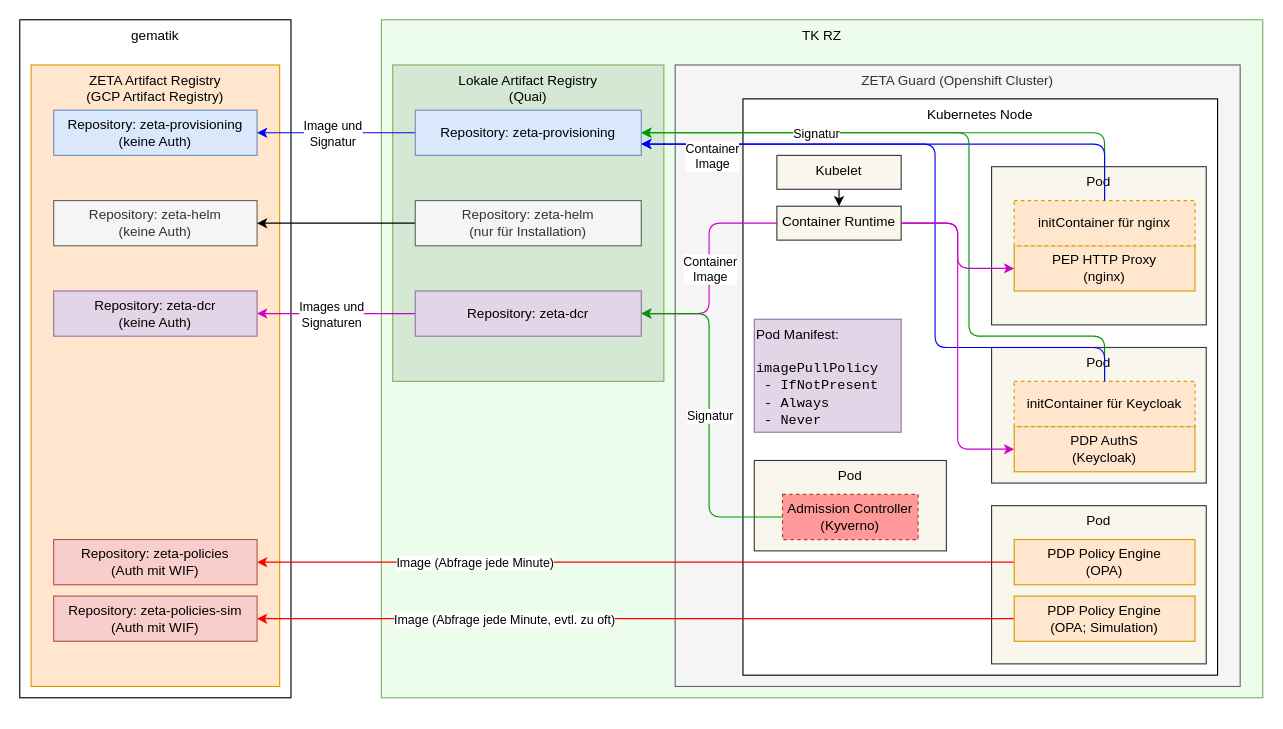
Before: src/drawio/tmp/ZETA-Guard-Deployment-of-Container-Images.drawio in gematik/zeta, a draw.io diagram. Source tidied: cells renumbered, new cells numbered last; positions are measured from the earlier drawing's top-left corner, leaving out a move shared by most shapes. Both pictures are drawn from the tidied source at 113%, with x=0, y=0 at pixel (19, 19).
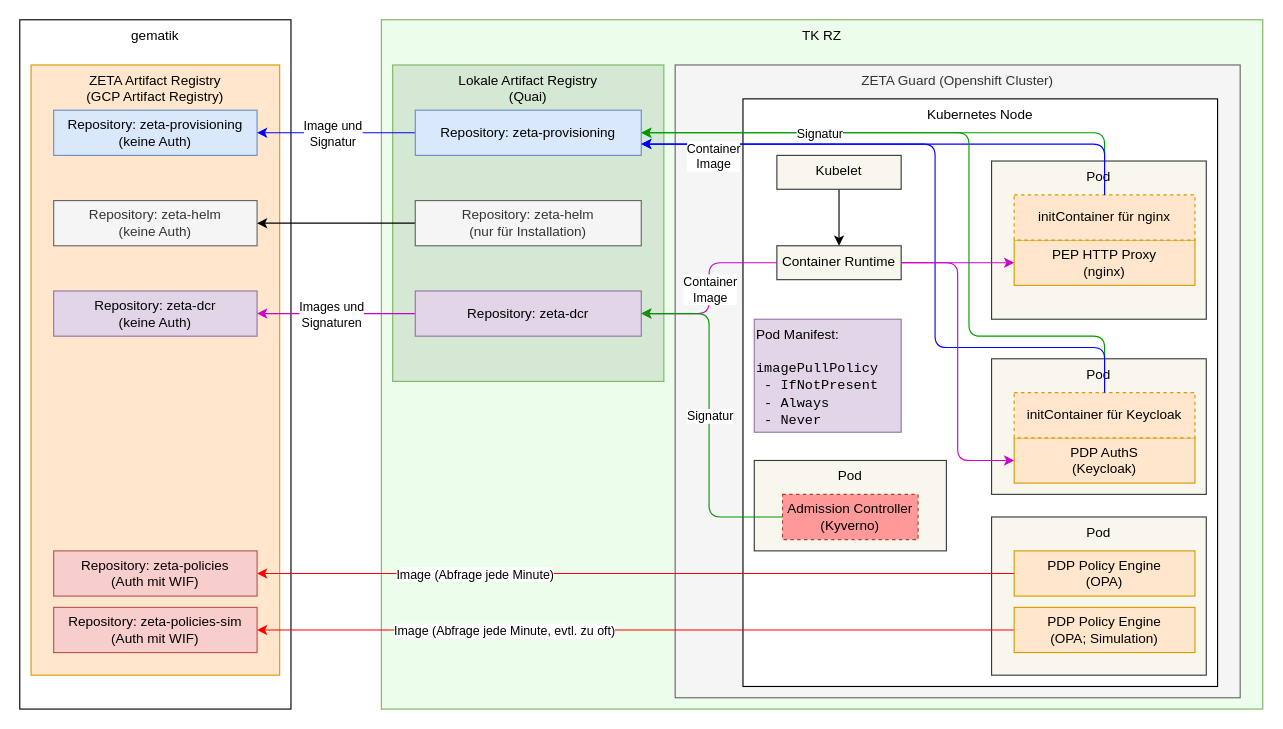
After the change.

Commit message:
refactor: update layout coordinates and dimensions in ZETA Guard deployment diagram

The change refers to these unchanged cells:
```xml
<mxCell id="39" value="&lt;div&gt;Repository: zeta-dcr&lt;/div&gt;" style="rounded=0;whiteSpace=wrap;html=1;fillColor=#e1d5e7;strokeColor=#9673a6;" parent="1" vertex="1">
  <mxGeometry x="350" y="240" width="200" height="40" as="geometry" />
</mxCell>
<mxCell id="40" value="&lt;div&gt;Repository: zeta-provisioning&lt;/div&gt;" style="rounded=0;whiteSpace=wrap;html=1;fillColor=#dae8fc;strokeColor=#6c8ebf;" parent="1" vertex="1">
  <mxGeometry x="350" y="80" width="200" height="40" as="geometry" />
</mxCell>
```

The edit, as a diff of the source:
```diff
@@
     <mxCell id="2" value="TK RZ" style="rounded=0;whiteSpace=wrap;html=1;fillColor=#edfdec;strokeColor=#82b366;align=center;verticalAlign=top;" parent="1" vertex="1">
-      <mxGeometry x="320" width="780" height="600" as="geometry" />
+      <mxGeometry x="320" width="780" height="610" as="geometry" />
     </mxCell>
     <mxCell id="3" value="ZETA Guard&amp;nbsp;&lt;span style=&quot;background-color: transparent; color: light-dark(rgb(51, 51, 51), rgb(193, 193, 193));&quot;&gt;(Openshift Cluster)&lt;/span&gt;" style="rounded=0;whiteSpace=wrap;html=1;align=center;verticalAlign=top;fillColor=#f5f5f5;fontColor=#333333;strokeColor=#666666;" parent="1" vertex="1">
-      <mxGeometry x="580" y="40" width="500" height="550" as="geometry" />
+      <mxGeometry x="580" y="40" width="500" height="560" as="geometry" />
     </mxCell>
     <mxCell id="4" value="&lt;div&gt;Kubernetes Node&lt;/div&gt;" style="rounded=0;whiteSpace=wrap;html=1;verticalAlign=top;" parent="1" vertex="1">
-      <mxGeometry x="640" y="70" width="420" height="510" as="geometry" />
+      <mxGeometry x="640" y="70" width="420" height="520" as="geometry" />
     </mxCell>
     <mxCell id="5" value="&lt;div&gt;Pod&lt;/div&gt;" style="rounded=0;whiteSpace=wrap;html=1;verticalAlign=top;fillColor=#f9f7ed;strokeColor=#36393d;" parent="1" vertex="1">
-      <mxGeometry x="860" y="130" width="190" height="140" as="geometry" />
+      <mxGeometry x="860" y="125" width="190" height="140" as="geometry" />
     </mxCell>
     <mxCell id="6" value="&lt;div&gt;Pod&lt;/div&gt;" style="rounded=0;whiteSpace=wrap;html=1;verticalAlign=top;fillColor=#f9f7ed;strokeColor=#36393d;" parent="1" vertex="1">
-      <mxGeometry x="860" y="290" width="190" height="120" as="geometry" />
+      <mxGeometry x="860" y="300" width="190" height="120" as="geometry" />
     </mxCell>
     <mxCell id="7" value="&lt;div&gt;Pod&lt;/div&gt;" style="rounded=0;whiteSpace=wrap;html=1;verticalAlign=top;fillColor=#f9f7ed;strokeColor=#36393d;" parent="1" vertex="1">
-      <mxGeometry x="860" y="430" width="190" height="140" as="geometry" />
+      <mxGeometry x="860" y="440" width="190" height="140" as="geometry" />
     </mxCell>
     <mxCell id="8" value="&lt;div&gt;Container Runtime&lt;/div&gt;" style="rounded=0;whiteSpace=wrap;html=1;verticalAlign=top;fillColor=#f9f7ed;strokeColor=#36393d;" parent="1" vertex="1">
-      <mxGeometry x="670" y="165" width="110" height="30" as="geometry" />
+      <mxGeometry x="670" y="200" width="110" height="30" as="geometry" />
     </mxCell>
@@
     <mxCell id="10" value="gematik" style="rounded=0;whiteSpace=wrap;html=1;align=center;verticalAlign=top;" parent="1" vertex="1">
-      <mxGeometry width="240" height="600" as="geometry" />
+      <mxGeometry width="240" height="610" as="geometry" />
     </mxCell>
     <mxCell id="11" value="ZETA Artifact Registry&lt;div&gt;(GCP Artifact Registry)&lt;/div&gt;" style="rounded=0;whiteSpace=wrap;html=1;fillColor=#ffe6cc;strokeColor=#d79b00;verticalAlign=top;" parent="1" vertex="1">
-      <mxGeometry x="10" y="40" width="220" height="550" as="geometry" />
+      <mxGeometry x="10" y="40" width="220" height="540" as="geometry" />
     </mxCell>
     <mxCell id="12" value="PDP AuthS&lt;div&gt;(Keycloak)&lt;/div&gt;" style="rounded=0;whiteSpace=wrap;html=1;verticalAlign=middle;fillColor=#ffe6cc;strokeColor=#d79b00;" parent="1" vertex="1">
-      <mxGeometry x="880" y="360" width="160" height="40" as="geometry" />
+      <mxGeometry x="880" y="370" width="160" height="40" as="geometry" />
     </mxCell>
@@
     <mxCell id="14" style="edgeStyle=orthogonalEdgeStyle;html=1;exitX=0;exitY=0.5;exitDx=0;exitDy=0;strokeColor=#CC00CC;entryX=1;entryY=0.5;entryDx=0;entryDy=0;" parent="1" edge="1" source="8" target="39">
       <mxGeometry relative="1" as="geometry">
         <Array as="points">
-          <mxPoint x="610" y="180" />
+          <mxPoint x="610" y="215" />
           <mxPoint x="610" y="260" />
         </Array>
       </mxGeometry>
     </mxCell>
@@
     <mxCell id="16" value="&lt;div&gt;PEP HTTP Proxy&lt;/div&gt;&lt;div&gt;(nginx)&lt;/div&gt;" style="rounded=0;whiteSpace=wrap;html=1;fillColor=#ffe6cc;strokeColor=#d79b00;" parent="1" vertex="1">
-      <mxGeometry x="880" y="200" width="160" height="40" as="geometry" />
+      <mxGeometry x="880" y="195" width="160" height="40" as="geometry" />
     </mxCell>
-    <mxCell id="17" style="edgeStyle=orthogonalEdgeStyle;html=1;entryX=1;entryY=0.5;entryDx=0;entryDy=0;strokeColor=#009900;" parent="1" edge="1" source="18" target="40">
+    <mxCell id="17" style="edgeStyle=orthogonalEdgeStyle;html=1;entryX=1;entryY=0.5;entryDx=0;entryDy=0;strokeColor=#009900;exitX=0.5;exitY=0;exitDx=0;exitDy=0;" parent="1" edge="1" source="18" target="40">
       <mxGeometry relative="1" as="geometry">
         <Array as="points">
           <mxPoint x="960" y="100" />
         </Array>
       </mxGeometry>
     </mxCell>
     <mxCell id="18" value="&lt;div&gt;&lt;span style=&quot;background-color: transparent; color: light-dark(rgb(0, 0, 0), rgb(255, 255, 255));&quot;&gt;initContainer für nginx&lt;/span&gt;&lt;/div&gt;" style="rounded=0;whiteSpace=wrap;html=1;fillColor=#ffe6cc;strokeColor=#d79b00;dashed=1;" parent="1" vertex="1">
-      <mxGeometry x="880" y="160" width="160" height="40" as="geometry" />
+      <mxGeometry x="880" y="155" width="160" height="40" as="geometry" />
     </mxCell>
-    <mxCell id="19" style="edgeStyle=orthogonalEdgeStyle;html=1;entryX=1;entryY=0.75;entryDx=0;entryDy=0;strokeColor=#0000FF;" parent="1" edge="1" target="40">
+    <mxCell id="19" style="edgeStyle=orthogonalEdgeStyle;html=1;entryX=1;entryY=0.75;entryDx=0;entryDy=0;strokeColor=#0000FF;exitX=0.5;exitY=0;exitDx=0;exitDy=0;" parent="1" edge="1" source="18" target="40">
       <mxGeometry relative="1" as="geometry">
-        <mxPoint x="960" y="160" as="sourcePoint" />
         <Array as="points">
           <mxPoint x="960" y="110" />
         </Array>
       </mxGeometry>
     </mxCell>
@@
     <mxCell id="22" value="&lt;div&gt;&lt;span style=&quot;background-color: transparent; color: light-dark(rgb(0, 0, 0), rgb(255, 255, 255));&quot;&gt;initContainer für Keycloak&lt;/span&gt;&lt;/div&gt;" style="rounded=0;whiteSpace=wrap;html=1;verticalAlign=middle;fillColor=#ffe6cc;strokeColor=#d79b00;dashed=1;" parent="1" vertex="1">
-      <mxGeometry x="880" y="320" width="160" height="40" as="geometry" />
+      <mxGeometry x="880" y="330" width="160" height="40" as="geometry" />
     </mxCell>
@@
     <mxCell id="25" value="PDP Policy Engine&lt;div&gt;(&lt;span style=&quot;background-color: transparent; color: light-dark(rgb(0, 0, 0), rgb(255, 255, 255));&quot;&gt;OPA&lt;/span&gt;&lt;span style=&quot;background-color: transparent; color: light-dark(rgb(0, 0, 0), rgb(255, 255, 255));&quot;&gt;)&lt;/span&gt;&lt;/div&gt;" style="rounded=0;whiteSpace=wrap;html=1;verticalAlign=middle;fillColor=#ffe6cc;strokeColor=#d79b00;" parent="1" vertex="1">
-      <mxGeometry x="880" y="460" width="160" height="40" as="geometry" />
+      <mxGeometry x="880" y="470" width="160" height="40" as="geometry" />
     </mxCell>
@@
     <mxCell id="28" value="PDP Policy Engine&lt;div&gt;(&lt;span style=&quot;background-color: transparent; color: light-dark(rgb(0, 0, 0), rgb(255, 255, 255));&quot;&gt;OPA; Simulation&lt;/span&gt;&lt;span style=&quot;background-color: transparent; color: light-dark(rgb(0, 0, 0), rgb(255, 255, 255));&quot;&gt;)&lt;/span&gt;&lt;/div&gt;" style="rounded=0;whiteSpace=wrap;html=1;verticalAlign=middle;fillColor=#ffe6cc;strokeColor=#d79b00;" parent="1" vertex="1">
-      <mxGeometry x="880" y="510" width="160" height="40" as="geometry" />
+      <mxGeometry x="880" y="520" width="160" height="40" as="geometry" />
     </mxCell>
@@
     <mxCell id="30" value="&lt;div&gt;Repository: zeta-policies&lt;/div&gt;&lt;div&gt;(Auth mit WIF)&lt;/div&gt;" style="rounded=0;whiteSpace=wrap;html=1;fillColor=#f8cecc;strokeColor=#b85450;" parent="1" vertex="1">
-      <mxGeometry x="30" y="460" width="180" height="40" as="geometry" />
+      <mxGeometry x="30" y="470" width="180" height="40" as="geometry" />
     </mxCell>
     <mxCell id="31" value="&lt;div&gt;Repository: zeta-policies-sim&lt;/div&gt;&lt;div&gt;(Auth mit WIF)&lt;/div&gt;" style="rounded=0;whiteSpace=wrap;html=1;fillColor=#f8cecc;strokeColor=#b85450;" parent="1" vertex="1">
-      <mxGeometry x="30" y="510" width="180" height="40" as="geometry" />
+      <mxGeometry x="30" y="520" width="180" height="40" as="geometry" />
     </mxCell>
@@
     <mxCell id="43" style="edgeStyle=orthogonalEdgeStyle;html=1;entryX=0;entryY=0.5;entryDx=0;entryDy=0;exitX=1;exitY=0.5;exitDx=0;exitDy=0;strokeColor=#CC00CC;" parent="1" edge="1" source="8" target="12">
       <mxGeometry relative="1" as="geometry">
         <Array as="points">
-          <mxPoint x="830" y="180" />
-          <mxPoint x="830" y="380" />
+          <mxPoint x="830" y="215" />
+          <mxPoint x="830" y="390" />
         </Array>
       </mxGeometry>
     </mxCell>
     <mxCell id="44" style="edgeStyle=orthogonalEdgeStyle;html=1;entryX=0;entryY=0.5;entryDx=0;entryDy=0;exitX=1;exitY=0.5;exitDx=0;exitDy=0;strokeColor=#CC00CC;" parent="1" edge="1" source="8" target="16">
       <mxGeometry relative="1" as="geometry">
         <Array as="points">
-          <mxPoint x="830" y="180" />
-          <mxPoint x="830" y="220" />
+          <mxPoint x="830" y="215" />
+          <mxPoint x="830" y="215" />
         </Array>
       </mxGeometry>
     </mxCell>
```
